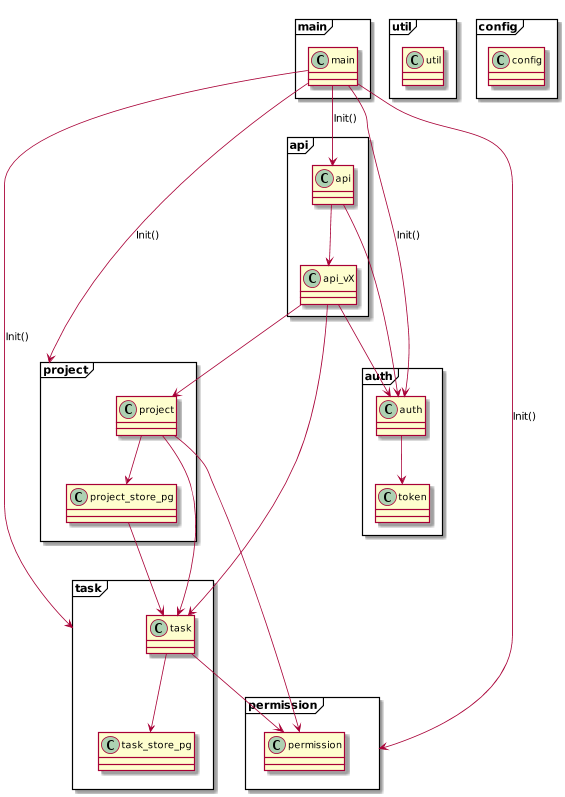
Above: doc/architecture/server-diagram.png in hauke96/simple-task-manager (PlantUML), before the change.
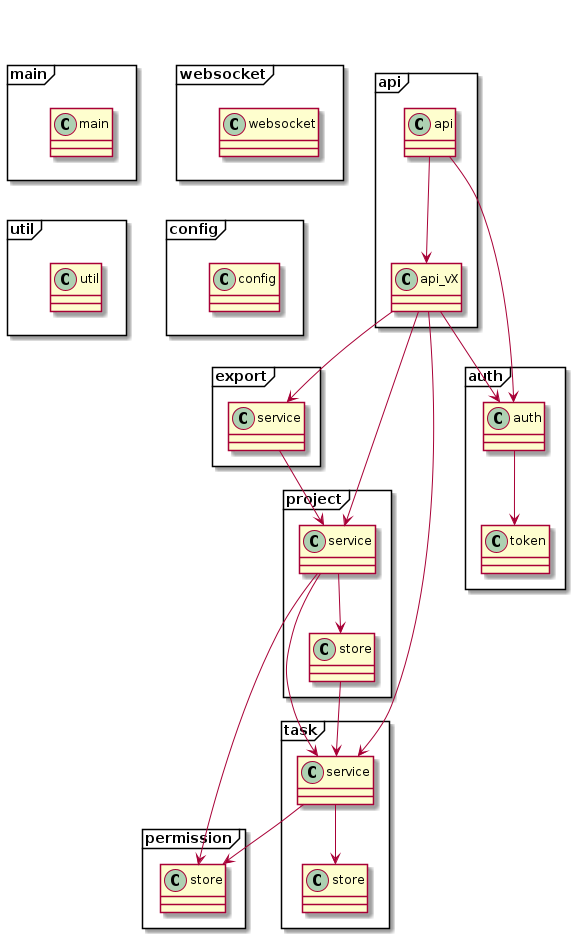
The same diagram one commit later.

Change to the diagram source:
```diff
@@ -12,6 +12,14 @@
     class config.config
 }
 
+package websocket <<Frame>> {
+    class websocket.websocket
+}
+
+main -[hidden]down- util
+main -[hidden]right- websocket
+util -[hidden]right- config
+
 package api <<Frame>> {
     class api.api {
     }
@@ -20,8 +28,9 @@
 
     api.api --> api.api_vX
 
-    api.api_vX --> project.project
-    api.api_vX --> task.task
+    api.api_vX --> project.service
+    api.api_vX --> task.service
+    api.api_vX --> export.service
 }
 
 package auth <<Frame>> {
@@ -35,44 +44,45 @@
 }
 
 package project <<Frame>> {
-    class project.project {
+    class project.service {
     }
 
-    class project.project_store_pg {
+    class project.store {
     }
 
-    project.project --> project_store_pg
+    project.service --> store
 }
 
 package task <<Frame>> {
-    class task.task {
+    class task.service {
     }
 
-    class task.task_store_pg {
+    class task.store {
     }
 
-    task.task --> task_store_pg
+    task.service --> store
+}
+
+package export <<Frame>> {
+    class export.service{
+    }
 }
 
 package permission <<Frame>> {
-    class permission.permission{
+    class permission.store{
     }
 }
 
-main.main --> api.api : Init()
-main.main --> auth.auth : Init()
-main.main --> project : Init()
-main.main --> task : Init()
-main.main --> permission : Init()
 
 api.api --> auth.auth
 api.api_vX --> auth.auth
 
-task.task --> permission.permission
+task.service --> permission.store
 
-project.project --> task.task
-project.project --> permission.permission
-project.project_store_pg --> task.task
+project.service --> task.service
+project.service --> permission.store
+project.store --> task.service
 
+export.service --> project.service
 
 @enduml
```
